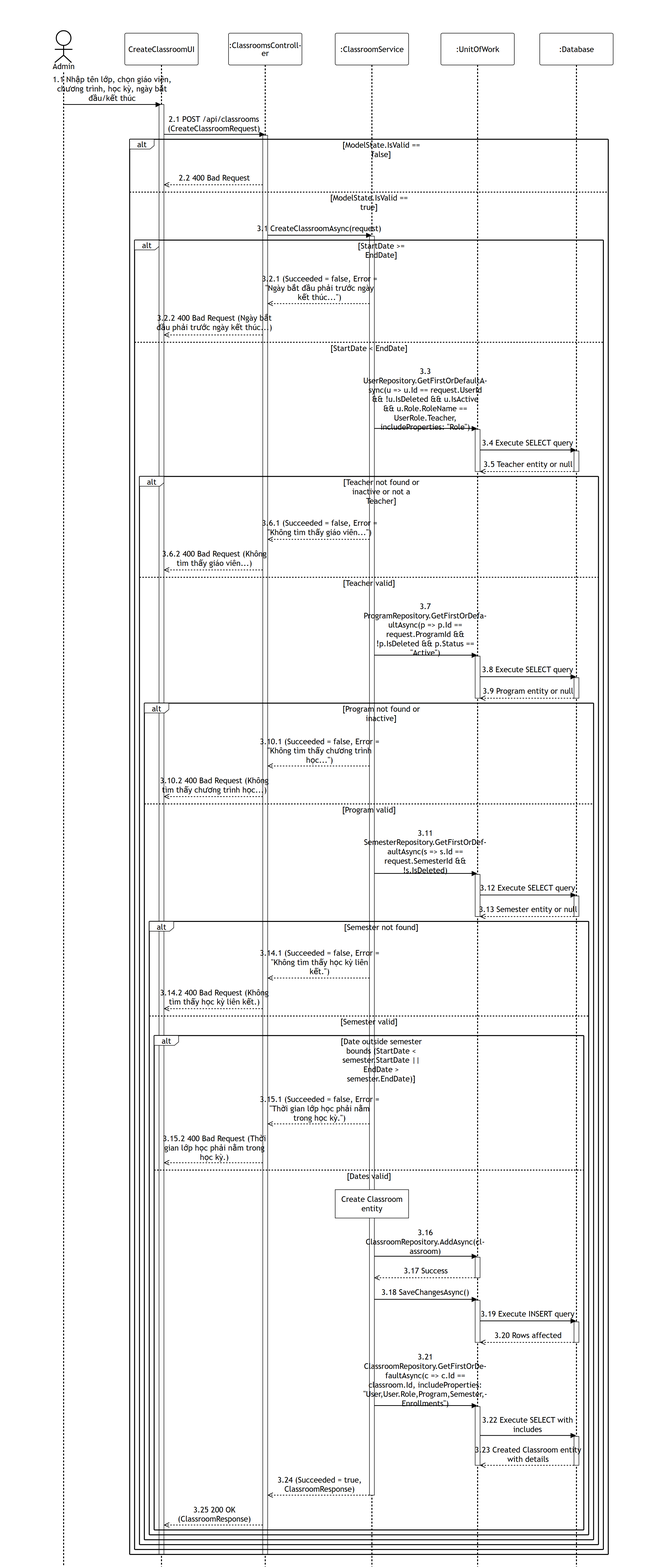
PhucAnDev/docx-diagram keeps this Mermaid diagram as 03-classroom-management/images/apis/create-classroom.png. Above is the earlier version. Its source is kept beside it as 03-classroom-management/sequence-diagram/apis/create-classroom.mmd.
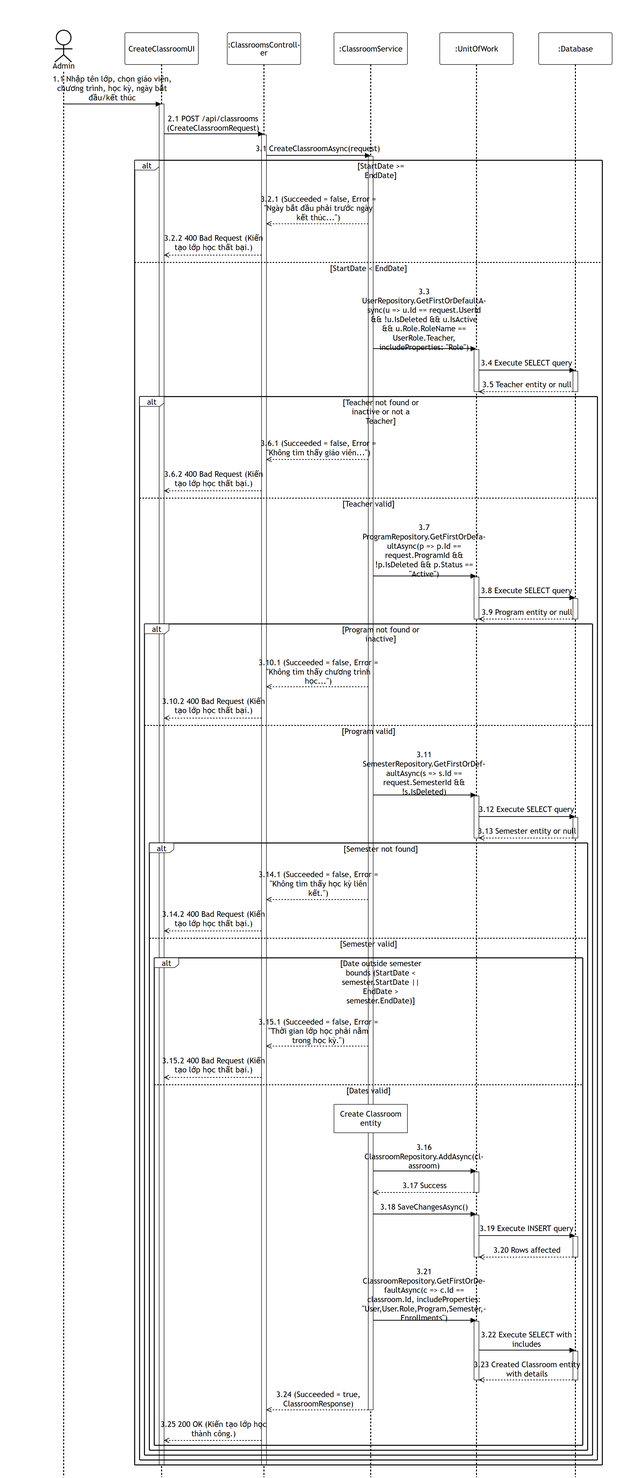
After the change.

Commit message:
fix: update create-classroom diagram to remove modelstate check and fix response messages

What changed in the source:
```diff
@@ -13,83 +13,79 @@
     UI->>Endpoint: 2.1 POST /api/classrooms (CreateClassroomRequest)
     activate Endpoint
 
-    alt ModelState.IsValid == false
-        Endpoint-->>UI: 2.2 400 Bad Request
-    else ModelState.IsValid == true
-        Endpoint->>Service: 3.1 CreateClassroomAsync(request)
-        activate Service
+    Endpoint->>Service: 3.1 CreateClassroomAsync(request)
+    activate Service
 
-        alt StartDate >= EndDate
-            Service-->>Endpoint: 3.2.1 (Succeeded = false, Error = "Ngày bắt đầu phải trước ngày kết thúc...")
-            Endpoint-->>UI: 3.2.2 400 Bad Request (Ngày bắt đầu phải trước ngày kết thúc...)
-        else StartDate < EndDate
-            Service->>DB: 3.3 UserRepository.GetFirstOrDefaultAsync(u => u.Id == request.UserId && !u.IsDeleted && u.IsActive && u.Role.RoleName == UserRole.Teacher, includeProperties: "Role")
+    alt StartDate >= EndDate
+        Service-->>Endpoint: 3.2.1 (Succeeded = false, Error = "Ngày bắt đầu phải trước ngày kết thúc...")
+        Endpoint-->>UI: 3.2.2 400 Bad Request (Kiến tạo lớp học thất bại.)
+    else StartDate < EndDate
+        Service->>DB: 3.3 UserRepository.GetFirstOrDefaultAsync(u => u.Id == request.UserId && !u.IsDeleted && u.IsActive && u.Role.RoleName == UserRole.Teacher, includeProperties: "Role")
+        activate DB
+        DB->>Database: 3.4 Execute SELECT query
+        activate Database
+        Database-->>DB: 3.5 Teacher entity or null
+        deactivate Database
+        deactivate DB
+
+        alt Teacher not found or inactive or not a Teacher
+            Service-->>Endpoint: 3.6.1 (Succeeded = false, Error = "Không tìm thấy giáo viên...")
+            Endpoint-->>UI: 3.6.2 400 Bad Request (Kiến tạo lớp học thất bại.)
+        else Teacher valid
+            Service->>DB: 3.7 ProgramRepository.GetFirstOrDefaultAsync(p => p.Id == request.ProgramId && !p.IsDeleted && p.Status == "Active")
             activate DB
-            DB->>Database: 3.4 Execute SELECT query
+            DB->>Database: 3.8 Execute SELECT query
             activate Database
-            Database-->>DB: 3.5 Teacher entity or null
+            Database-->>DB: 3.9 Program entity or null
             deactivate Database
             deactivate DB
 
-            alt Teacher not found or inactive or not a Teacher
-                Service-->>Endpoint: 3.6.1 (Succeeded = false, Error = "Không tìm thấy giáo viên...")
-                Endpoint-->>UI: 3.6.2 400 Bad Request (Không tìm thấy giáo viên...)
-            else Teacher valid
-                Service->>DB: 3.7 ProgramRepository.GetFirstOrDefaultAsync(p => p.Id == request.ProgramId && !p.IsDeleted && p.Status == "Active")
+            alt Program not found or inactive
+                Service-->>Endpoint: 3.10.1 (Succeeded = false, Error = "Không tìm thấy chương trình học...")
+                Endpoint-->>UI: 3.10.2 400 Bad Request (Kiến tạo lớp học thất bại.)
+            else Program valid
+                Service->>DB: 3.11 SemesterRepository.GetFirstOrDefaultAsync(s => s.Id == request.SemesterId && !s.IsDeleted)
                 activate DB
-                DB->>Database: 3.8 Execute SELECT query
+                DB->>Database: 3.12 Execute SELECT query
                 activate Database
-                Database-->>DB: 3.9 Program entity or null
+                Database-->>DB: 3.13 Semester entity or null
                 deactivate Database
                 deactivate DB
 
-                alt Program not found or inactive
-                    Service-->>Endpoint: 3.10.1 (Succeeded = false, Error = "Không tìm thấy chương trình học...")
-                    Endpoint-->>UI: 3.10.2 400 Bad Request (Không tìm thấy chương trình học...)
-                else Program valid
-                    Service->>DB: 3.11 SemesterRepository.GetFirstOrDefaultAsync(s => s.Id == request.SemesterId && !s.IsDeleted)
-                    activate DB
-                    DB->>Database: 3.12 Execute SELECT query
-                    activate Database
-                    Database-->>DB: 3.13 Semester entity or null
-                    deactivate Database
-                    deactivate DB
+                alt Semester not found
+                    Service-->>Endpoint: 3.14.1 (Succeeded = false, Error = "Không tìm thấy học kỳ liên kết.")
+                    Endpoint-->>UI: 3.14.2 400 Bad Request (Kiến tạo lớp học thất bại.)
+                else Semester valid
+                    alt Date outside semester bounds (StartDate < semester.StartDate || EndDate > semester.EndDate)
+                        Service-->>Endpoint: 3.15.1 (Succeeded = false, Error = "Thời gian lớp học phải nằm trong học kỳ.")
+                        Endpoint-->>UI: 3.15.2 400 Bad Request (Kiến tạo lớp học thất bại.)
+                    else Dates valid
+                        note over Service: Create Classroom entity
 
-                    alt Semester not found
-                        Service-->>Endpoint: 3.14.1 (Succeeded = false, Error = "Không tìm thấy học kỳ liên kết.")
-                        Endpoint-->>UI: 3.14.2 400 Bad Request (Không tìm thấy học kỳ liên kết.)
-                    else Semester valid
-                        alt Date outside semester bounds (StartDate < semester.StartDate || EndDate > semester.EndDate)
-                            Service-->>Endpoint: 3.15.1 (Succeeded = false, Error = "Thời gian lớp học phải nằm trong học kỳ.")
-                            Endpoint-->>UI: 3.15.2 400 Bad Request (Thời gian lớp học phải nằm trong học kỳ.)
-                        else Dates valid
-                            note over Service: Create Classroom entity
+                        Service->>DB: 3.16 ClassroomRepository.AddAsync(classroom)
+                        activate DB
+                        DB-->>Service: 3.17 Success
+                        deactivate DB
 
-                            Service->>DB: 3.16 ClassroomRepository.AddAsync(classroom)
-                            activate DB
-                            DB-->>Service: 3.17 Success
-                            deactivate DB
+                        Service->>DB: 3.18 SaveChangesAsync()
+                        activate DB
+                        DB->>Database: 3.19 Execute INSERT query
+                        activate Database
+                        Database-->>DB: 3.20 Rows affected
+                        deactivate Database
+                        deactivate DB
 
-                            Service->>DB: 3.18 SaveChangesAsync()
-                            activate DB
-                            DB->>Database: 3.19 Execute INSERT query
-                            activate Database
-                            Database-->>DB: 3.20 Rows affected
-                            deactivate Database
-                            deactivate DB
+                        Service->>DB: 3.21 ClassroomRepository.GetFirstOrDefaultAsync(c => c.Id == classroom.Id, includeProperties: "User,User.Role,Program,Semester,Enrollments")
+                        activate DB
+                        DB->>Database: 3.22 Execute SELECT with includes
+                        activate Database
+                        Database-->>DB: 3.23 Created Classroom entity with details
+                        deactivate Database
+                        deactivate DB
 
-                            Service->>DB: 3.21 ClassroomRepository.GetFirstOrDefaultAsync(c => c.Id == classroom.Id, includeProperties: "User,User.Role,Program,Semester,Enrollments")
-                            activate DB
-                            DB->>Database: 3.22 Execute SELECT with includes
-                            activate Database
-                            Database-->>DB: 3.23 Created Classroom entity with details
-                            deactivate Database
-                            deactivate DB
-
-                            Service-->>Endpoint: 3.24 (Succeeded = true, ClassroomResponse)
-                            deactivate Service
-                            Endpoint-->>UI: 3.25 200 OK (ClassroomResponse)
-                        end
+                        Service-->>Endpoint: 3.24 (Succeeded = true, ClassroomResponse)
+                        deactivate Service
+                        Endpoint-->>UI: 3.25 200 OK (Kiến tạo lớp học thành công.)
                     end
                 end
             end
```
